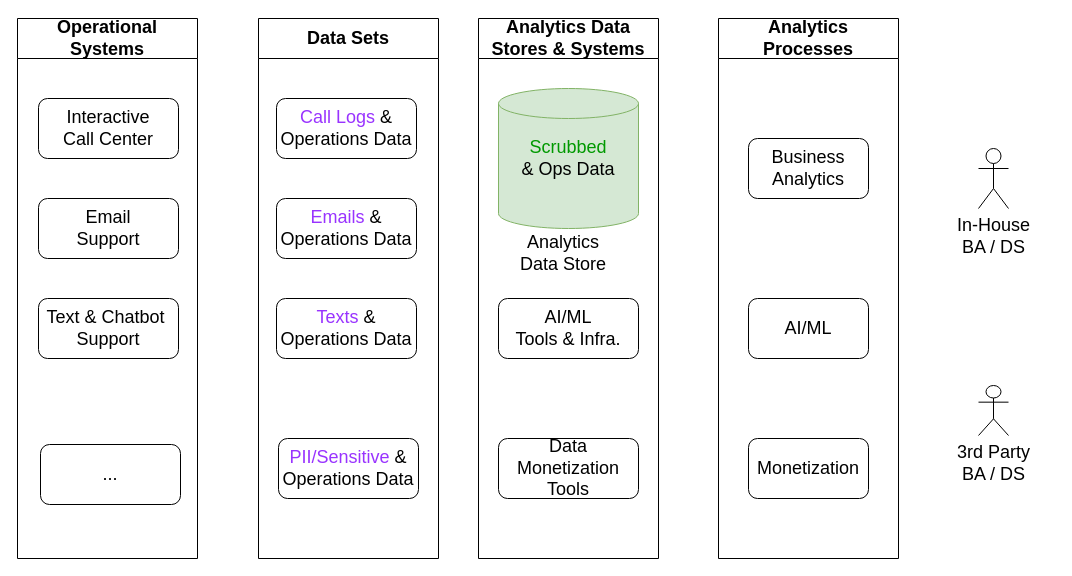
Before: page "Future State" (4 of 12) of AB2 - early draft.drawio in fotoby/ab3, a draw.io diagram. Source tidied: cells renumbered, new cells numbered last; positions are measured from the earlier drawing's top-left corner, leaving out a move shared by most shapes. Both pictures are drawn from the tidied source at 100%, with x=0, y=0 at pixel (17, 18).
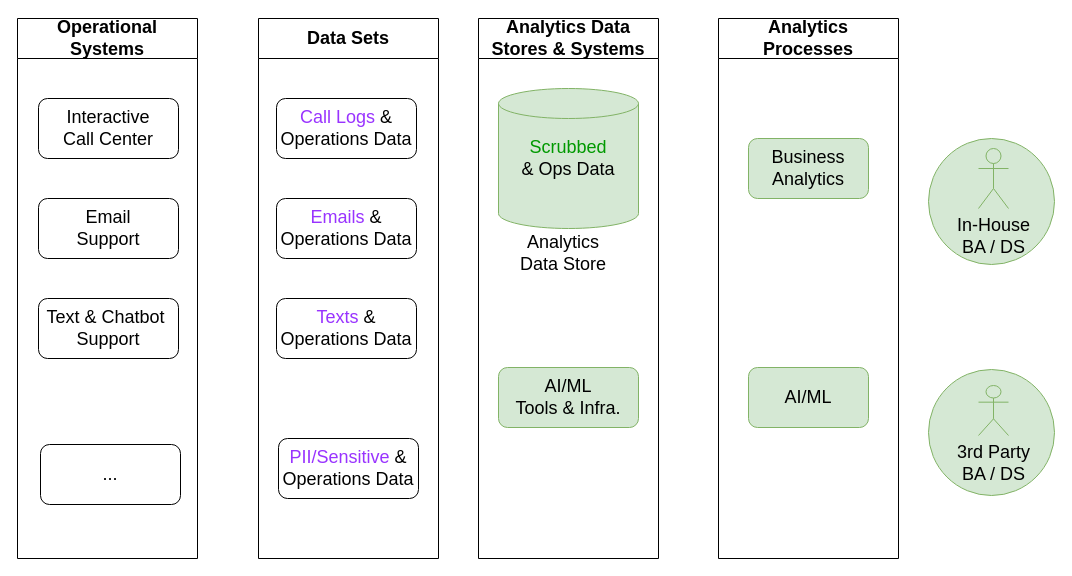
The same page after the edit.

Unchanged cells that the change refers to:
```xml
<mxCell id="7" value="Analytics Data Stores &amp;amp; Systems" style="swimlane;whiteSpace=wrap;html=1;shadow=0;strokeColor=default;fontSize=18;startSize=40;" parent="1" vertex="1">
  <mxGeometry x="461" width="180" height="540" as="geometry" />
</mxCell>
<mxCell id="20" value="Analytics &lt;br&gt;Processes" style="swimlane;whiteSpace=wrap;html=1;shadow=0;strokeColor=default;fontSize=18;startSize=40;" parent="1" vertex="1">
  <mxGeometry x="701" width="180" height="540" as="geometry" />
</mxCell>
```

Diff of the diagram source:
```diff
@@
+    <mxCell id="24" style="ellipse;whiteSpace=wrap;html=1;shadow=0;labelBorderColor=none;strokeColor=#82b366;fontSize=18;fillColor=#d5e8d4;" parent="1" vertex="1">
+      <mxGeometry x="911" y="120" width="126" height="126" as="geometry" />
+    </mxCell>
+    <mxCell id="25" style="ellipse;whiteSpace=wrap;html=1;shadow=0;labelBorderColor=none;strokeColor=#82b366;fontSize=18;fillColor=#d5e8d4;" parent="1" vertex="1">
+      <mxGeometry x="911" y="351" width="126" height="126" as="geometry" />
+    </mxCell>
@@
-    <mxCell id="10" value="AI/ML&lt;br&gt;Tools &amp;amp; Infra." style="rounded=1;whiteSpace=wrap;html=1;shadow=0;strokeColor=default;fontSize=18;" parent="7" vertex="1">
-      <mxGeometry x="20" y="280" width="140" height="60" as="geometry" />
+    <mxCell id="10" value="AI/ML&lt;br&gt;Tools &amp;amp; Infra." style="rounded=1;whiteSpace=wrap;html=1;shadow=0;strokeColor=#82b366;fontSize=18;fillColor=#d5e8d4;" parent="7" vertex="1">
+      <mxGeometry x="20" y="349" width="140" height="60" as="geometry" />
     </mxCell>
-    <mxCell id="11" value="Data Monetization Tools" style="rounded=1;whiteSpace=wrap;html=1;shadow=0;strokeColor=default;fontSize=18;" parent="7" vertex="1">
-      <mxGeometry x="20" y="420" width="140" height="60" as="geometry" />
-    </mxCell>
@@
-    <mxCell id="13" value="In-House &lt;br&gt;BA / DS" style="shape=umlActor;verticalLabelPosition=bottom;verticalAlign=top;html=1;shadow=0;strokeColor=default;fontSize=18;" parent="1" vertex="1">
+    <mxCell id="13" value="In-House &lt;br&gt;BA / DS" style="shape=umlActor;verticalLabelPosition=bottom;verticalAlign=top;html=1;shadow=0;strokeColor=#82b366;fontSize=18;fillColor=#d5e8d4;" parent="1" vertex="1">
       <mxGeometry x="961" y="130" width="30" height="60" as="geometry" />
     </mxCell>
-    <mxCell id="14" value="3rd Party&lt;br&gt;BA / DS" style="shape=umlActor;verticalLabelPosition=bottom;verticalAlign=top;html=1;shadow=0;strokeColor=default;fontSize=18;" parent="1" vertex="1">
+    <mxCell id="14" value="3rd Party&lt;br&gt;BA / DS" style="shape=umlActor;verticalLabelPosition=bottom;verticalAlign=top;html=1;shadow=0;strokeColor=#82b366;fontSize=18;fillColor=#d5e8d4;" parent="1" vertex="1">
       <mxGeometry x="961" y="367" width="30" height="50" as="geometry" />
     </mxCell>
@@
-    <mxCell id="21" value="Business Analytics" style="rounded=1;whiteSpace=wrap;html=1;shadow=0;labelBorderColor=none;strokeColor=default;fontSize=18;fontColor=#000000;" parent="20" vertex="1">
+    <mxCell id="21" value="Business Analytics" style="rounded=1;whiteSpace=wrap;html=1;shadow=0;labelBorderColor=none;strokeColor=#82b366;fontSize=18;fillColor=#d5e8d4;" parent="20" vertex="1">
       <mxGeometry x="30" y="120" width="120" height="60" as="geometry" />
     </mxCell>
-    <mxCell id="22" value="AI/ML" style="rounded=1;whiteSpace=wrap;html=1;shadow=0;labelBorderColor=none;strokeColor=default;fontSize=18;fontColor=#000000;" parent="20" vertex="1">
-      <mxGeometry x="30" y="280" width="120" height="60" as="geometry" />
+    <mxCell id="22" value="AI/ML" style="rounded=1;whiteSpace=wrap;html=1;shadow=0;labelBorderColor=none;strokeColor=#82b366;fontSize=18;fillColor=#d5e8d4;" parent="20" vertex="1">
+      <mxGeometry x="30" y="349" width="120" height="60" as="geometry" />
     </mxCell>
-    <mxCell id="23" value="Monetization" style="rounded=1;whiteSpace=wrap;html=1;shadow=0;labelBorderColor=none;strokeColor=default;fontSize=18;fontColor=#000000;" parent="20" vertex="1">
-      <mxGeometry x="30" y="420" width="120" height="60" as="geometry" />
-    </mxCell>
```
